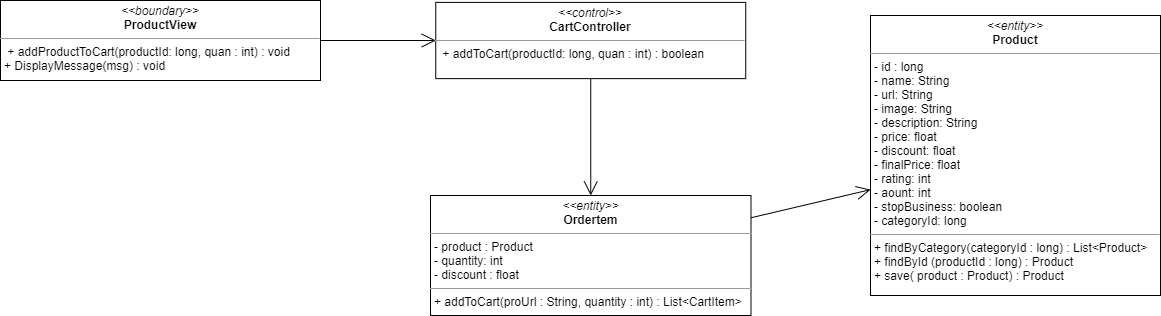
Earlier version of the draw.io export image-class/add-product-to-cart-class-diagram.png (nguyenphamvan/datn_20202). Source tidied: cells renumbered, new cells last; positions are measured from the earlier drawing's top-left corner, leaving out a move shared by most shapes.
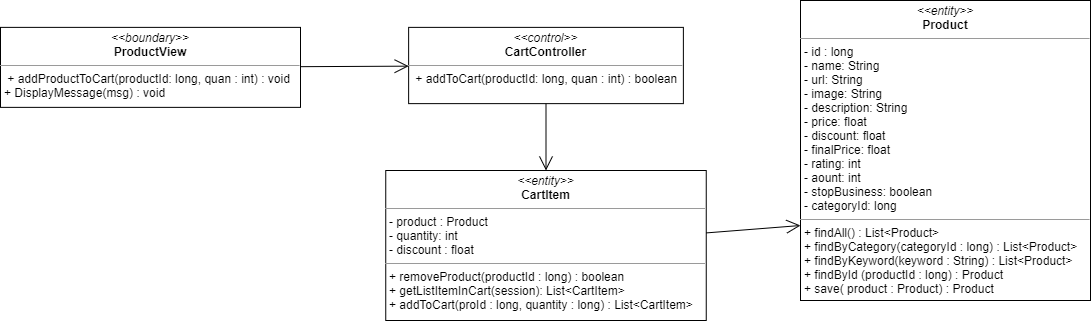
After the change.

What changed in the source:
```diff
@@ -3,21 +3,21 @@
     <mxCell id="0" />
     <mxCell id="1" parent="0" />
     <mxCell id="2" value="&lt;p style=&quot;margin: 0px ; margin-top: 4px ; text-align: center&quot;&gt;&lt;i&gt;&amp;lt;&amp;lt;boundary&amp;gt;&amp;gt;&lt;/i&gt;&lt;br&gt;&lt;b&gt;ProductView&lt;/b&gt;&lt;/p&gt;&lt;hr size=&quot;1&quot;&gt;&lt;p style=&quot;margin: 0px ; margin-left: 4px&quot;&gt;&lt;span&gt;&amp;nbsp;+ addProductToCart(productId: long, quan : int) : void&lt;/span&gt;&lt;/p&gt;&lt;p style=&quot;margin: 0px ; margin-left: 4px&quot;&gt;&lt;span&gt;+ DisplayMessage(msg) : void&lt;/span&gt;&lt;/p&gt;" style="verticalAlign=top;align=left;overflow=fill;fontSize=12;fontFamily=Helvetica;html=1;" parent="1" vertex="1">
-      <mxGeometry width="320" height="80" as="geometry" />
+      <mxGeometry x="50" y="1.9" width="300" height="80" as="geometry" />
     </mxCell>
-    <mxCell id="3" value="&lt;p style=&quot;margin: 0px ; margin-top: 4px ; text-align: center&quot;&gt;&lt;i&gt;&amp;lt;&amp;lt;entity&amp;gt;&amp;gt;&lt;/i&gt;&lt;br&gt;&lt;b&gt;Ordertem&lt;/b&gt;&lt;/p&gt;&lt;hr size=&quot;1&quot;&gt;&lt;p style=&quot;margin: 0px ; margin-left: 4px&quot;&gt;- product : Product&lt;/p&gt;&lt;p style=&quot;margin: 0px ; margin-left: 4px&quot;&gt;- quantity: int&lt;br&gt;- discount : float&lt;/p&gt;&lt;hr size=&quot;1&quot;&gt;&lt;p style=&quot;margin: 0px ; margin-left: 4px&quot;&gt;+ addToCart(proUrl : String, quantity : int) : List&amp;lt;CartItem&amp;gt;&lt;/p&gt;" style="verticalAlign=top;align=left;overflow=fill;fontSize=12;fontFamily=Helvetica;html=1;" parent="1" vertex="1">
-      <mxGeometry x="430" y="195" width="320.5" height="120" as="geometry" />
+    <mxCell id="3" value="&lt;p style=&quot;margin: 0px ; margin-top: 4px ; text-align: center&quot;&gt;&lt;i&gt;&amp;lt;&amp;lt;entity&amp;gt;&amp;gt;&lt;/i&gt;&lt;br&gt;&lt;b&gt;CartItem&lt;/b&gt;&lt;/p&gt;&lt;hr size=&quot;1&quot;&gt;&lt;p style=&quot;margin: 0px ; margin-left: 4px&quot;&gt;- product : Product&lt;/p&gt;&lt;p style=&quot;margin: 0px ; margin-left: 4px&quot;&gt;- quantity: int&lt;br&gt;- discount : float&lt;/p&gt;&lt;hr size=&quot;1&quot;&gt;&lt;p style=&quot;margin: 0px 0px 0px 4px&quot;&gt;+ removeProduct(productId : long) : boolean&lt;/p&gt;&lt;p style=&quot;margin: 0px 0px 0px 4px&quot;&gt;+ getListItemInCart(session): List&amp;lt;CartItem&amp;gt;&lt;/p&gt;&lt;p style=&quot;margin: 0px 0px 0px 4px&quot;&gt;+ addToCart(proId : long, quantity : long) : List&amp;lt;CartItem&amp;gt;&lt;/p&gt;" style="verticalAlign=top;align=left;overflow=fill;fontSize=12;fontFamily=Helvetica;html=1;" parent="1" vertex="1">
+      <mxGeometry x="435.2" y="145" width="320.5" height="150" as="geometry" />
     </mxCell>
-    <mxCell id="4" value="&lt;p style=&quot;margin: 0px ; margin-top: 4px ; text-align: center&quot;&gt;&lt;i&gt;&amp;lt;&amp;lt;entity&amp;gt;&amp;gt;&lt;/i&gt;&lt;br&gt;&lt;b&gt;Product&lt;/b&gt;&lt;/p&gt;&lt;hr size=&quot;1&quot;&gt;&lt;p style=&quot;margin: 0px ; margin-left: 4px&quot;&gt;- id : long&lt;/p&gt;&lt;p style=&quot;margin: 0px ; margin-left: 4px&quot;&gt;- name: String&lt;br&gt;- url: String&lt;/p&gt;&lt;p style=&quot;margin: 0px ; margin-left: 4px&quot;&gt;- image: String&lt;/p&gt;&lt;p style=&quot;margin: 0px ; margin-left: 4px&quot;&gt;- description: String&lt;/p&gt;&lt;p style=&quot;margin: 0px ; margin-left: 4px&quot;&gt;- price: float&lt;/p&gt;&lt;p style=&quot;margin: 0px ; margin-left: 4px&quot;&gt;- discount: float&lt;/p&gt;&lt;p style=&quot;margin: 0px ; margin-left: 4px&quot;&gt;- finalPrice: float&lt;/p&gt;&lt;p style=&quot;margin: 0px ; margin-left: 4px&quot;&gt;- rating: int&lt;/p&gt;&lt;p style=&quot;margin: 0px ; margin-left: 4px&quot;&gt;- aount: int&lt;/p&gt;&lt;p style=&quot;margin: 0px ; margin-left: 4px&quot;&gt;- stopBusiness: boolean&lt;/p&gt;&lt;p style=&quot;margin: 0px ; margin-left: 4px&quot;&gt;- categoryId: long&lt;/p&gt;&lt;hr size=&quot;1&quot;&gt;&lt;p style=&quot;margin: 0px 0px 0px 4px&quot;&gt;+ findByCategory(categoryId : long) : List&amp;lt;Product&amp;gt;&lt;/p&gt;&lt;p style=&quot;margin: 0px 0px 0px 4px&quot;&gt;+ findById (productId : long) : Product&lt;/p&gt;&lt;p style=&quot;margin: 0px 0px 0px 4px&quot;&gt;+ save( product : Product) : Product&lt;/p&gt;" style="verticalAlign=top;align=left;overflow=fill;fontSize=12;fontFamily=Helvetica;html=1;" parent="1" vertex="1">
-      <mxGeometry x="870" y="15" width="290" height="280" as="geometry" />
+    <mxCell id="4" value="&lt;p style=&quot;margin: 0px ; margin-top: 4px ; text-align: center&quot;&gt;&lt;i&gt;&amp;lt;&amp;lt;entity&amp;gt;&amp;gt;&lt;/i&gt;&lt;br&gt;&lt;b&gt;Product&lt;/b&gt;&lt;/p&gt;&lt;hr size=&quot;1&quot;&gt;&lt;p style=&quot;margin: 0px ; margin-left: 4px&quot;&gt;- id : long&lt;/p&gt;&lt;p style=&quot;margin: 0px ; margin-left: 4px&quot;&gt;- name: String&lt;br&gt;- url: String&lt;/p&gt;&lt;p style=&quot;margin: 0px ; margin-left: 4px&quot;&gt;- image: String&lt;/p&gt;&lt;p style=&quot;margin: 0px ; margin-left: 4px&quot;&gt;- description: String&lt;/p&gt;&lt;p style=&quot;margin: 0px ; margin-left: 4px&quot;&gt;- price: float&lt;/p&gt;&lt;p style=&quot;margin: 0px ; margin-left: 4px&quot;&gt;- discount: float&lt;/p&gt;&lt;p style=&quot;margin: 0px ; margin-left: 4px&quot;&gt;- finalPrice: float&lt;/p&gt;&lt;p style=&quot;margin: 0px ; margin-left: 4px&quot;&gt;- rating: int&lt;/p&gt;&lt;p style=&quot;margin: 0px ; margin-left: 4px&quot;&gt;- aount: int&lt;/p&gt;&lt;p style=&quot;margin: 0px ; margin-left: 4px&quot;&gt;- stopBusiness: boolean&lt;/p&gt;&lt;p style=&quot;margin: 0px ; margin-left: 4px&quot;&gt;- categoryId: long&lt;/p&gt;&lt;hr size=&quot;1&quot;&gt;&lt;p style=&quot;margin: 0px 0px 0px 4px&quot;&gt;+ findAll() : List&amp;lt;Product&amp;gt;&lt;/p&gt;&lt;p style=&quot;margin: 0px 0px 0px 4px&quot;&gt;+ findByCategory(categoryId : long) : List&amp;lt;Product&amp;gt;&lt;/p&gt;&lt;p style=&quot;margin: 0px 0px 0px 4px&quot;&gt;+ findByKeyword(keyword : String) : List&amp;lt;Product&amp;gt;&lt;/p&gt;&lt;p style=&quot;margin: 0px 0px 0px 4px&quot;&gt;+ findById (productId : long) : Product&lt;/p&gt;&lt;p style=&quot;margin: 0px 0px 0px 4px&quot;&gt;+ save( product : Product) : Product&lt;/p&gt;" style="verticalAlign=top;align=left;overflow=fill;fontSize=12;fontFamily=Helvetica;html=1;" parent="1" vertex="1">
+      <mxGeometry x="850" y="-25" width="290" height="300" as="geometry" />
     </mxCell>
     <mxCell id="5" value="&lt;p style=&quot;margin: 0px ; margin-top: 4px ; text-align: center&quot;&gt;&lt;i&gt;&amp;lt;&amp;lt;control&amp;gt;&amp;gt;&lt;/i&gt;&lt;br&gt;&lt;b&gt;CartController&lt;/b&gt;&lt;/p&gt;&lt;hr size=&quot;1&quot;&gt;&lt;p style=&quot;margin: 0px ; margin-left: 4px&quot;&gt;&lt;span&gt;&amp;nbsp;+ addToCart(productId: long, quan : int) : boolean&lt;/span&gt;&lt;/p&gt;" style="verticalAlign=top;align=left;overflow=fill;fontSize=12;fontFamily=Helvetica;html=1;" parent="1" vertex="1">
-      <mxGeometry x="435.2" y="1.9" width="310" height="76.2" as="geometry" />
+      <mxGeometry x="458.1" y="1.9" width="274.8" height="76.2" as="geometry" />
     </mxCell>
     <mxCell id="6" style="endArrow=open;endFill=1;endSize=12;html=1;" parent="1" edge="1" source="5" target="3">
       <mxGeometry relative="1" as="geometry" />
     </mxCell>
-    <mxCell id="7" style="endArrow=open;endFill=1;endSize=12;html=1;" parent="1" edge="1" source="3" target="4">
+    <mxCell id="7" style="endArrow=open;endFill=1;endSize=12;html=1;entryX=0;entryY=0.75;entryDx=0;entryDy=0;" parent="1" edge="1" source="3" target="4">
       <mxGeometry relative="1" as="geometry" />
     </mxCell>
     <mxCell id="8" style="endArrow=open;endFill=1;endSize=12;html=1;" parent="1" edge="1" source="2" target="5">
```
